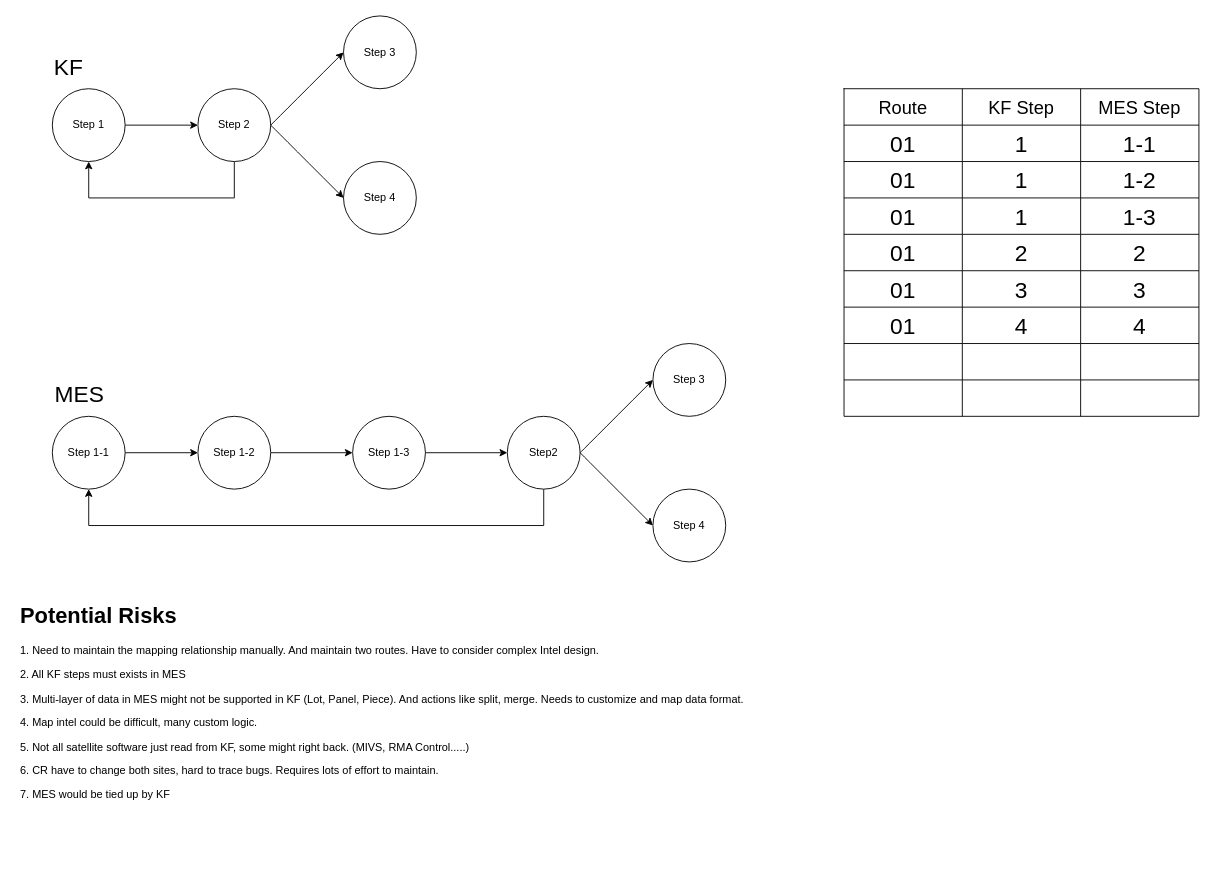
Above: page "KF to MES routing mapping" (2 of 4) of MES Mindmaps/MES分階段.drawio in vinceliao99/MyDiagrams (draw.io), before the change. Source tidied: cells renumbered, new cells numbered last; positions are measured from the earlier drawing's top-left corner, leaving out a move shared by most shapes. Both pictures are drawn from the tidied source at 91%, with x=0, y=0 at pixel (15, 15).
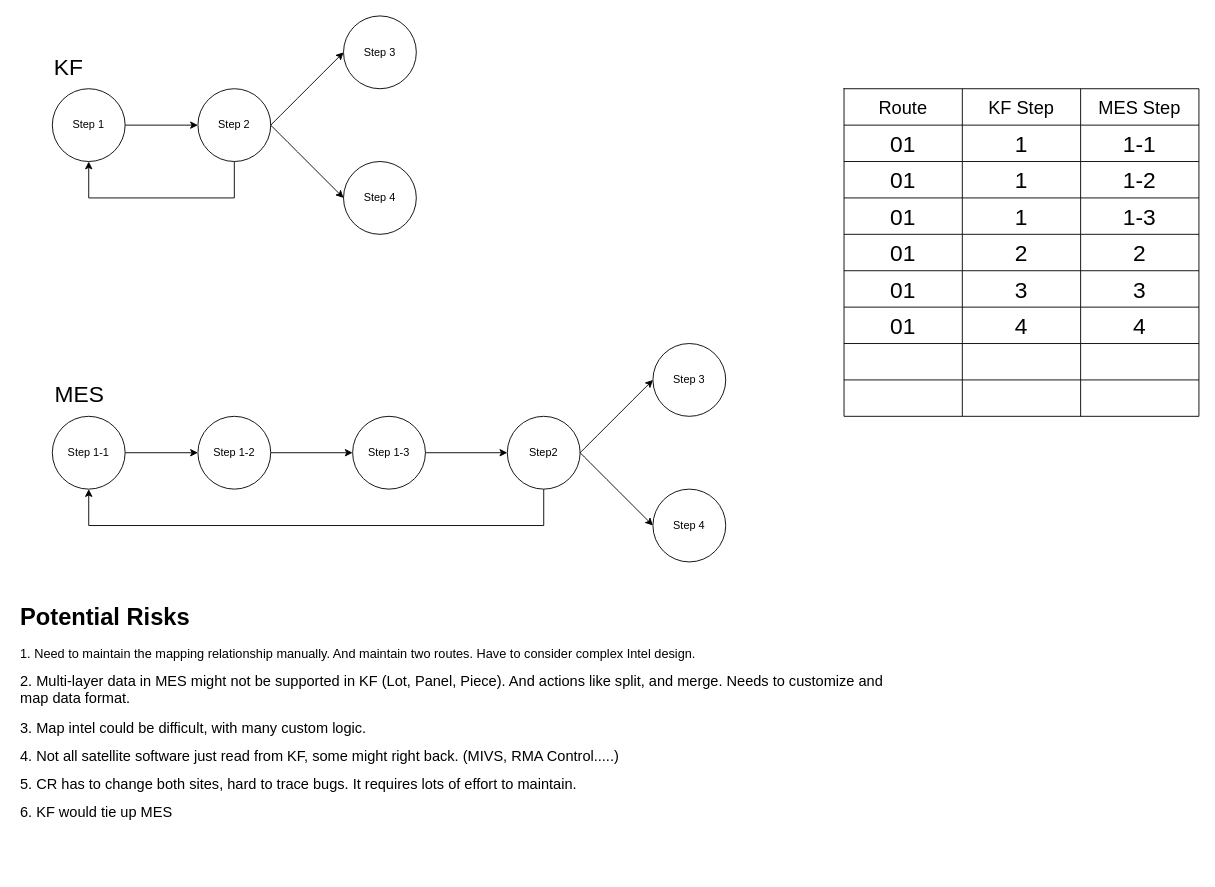
The same diagram, later.

Diff of the diagram source:
```diff
@@
-    <mxCell id="66" value="&lt;h1&gt;Potential Risks&lt;/h1&gt;&lt;p&gt;1. Need to maintain the mapping relationship manually. And maintain two routes. Have to consider complex Intel design.&lt;/p&gt;&lt;p&gt;2. All KF steps must exists&amp;nbsp;in MES&lt;/p&gt;&lt;p&gt;3. Multi-layer of data in MES might not be supported in KF (Lot, Panel, Piece). And actions like split, merge. Needs to customize and map data format.&amp;nbsp;&lt;/p&gt;&lt;p&gt;4. Map intel could be difficult, many custom logic.&lt;/p&gt;&lt;p&gt;5. Not all satellite software just read from KF, some might right back. (MIVS, RMA Control.....)&amp;nbsp;&lt;/p&gt;&lt;p&gt;6. CR have to change both sites, hard to trace bugs. Requires lots of effort to maintain.&lt;/p&gt;&lt;p&gt;7. MES would be tied up by KF&lt;/p&gt;&lt;p&gt;&lt;br&gt;&lt;/p&gt;" style="text;html=1;strokeColor=none;fillColor=none;spacing=5;spacingTop=-20;whiteSpace=wrap;overflow=hidden;rounded=0;" parent="1" vertex="1">
-      <mxGeometry y="640" width="960" height="240" as="geometry" />
+    <mxCell id="66" value="&lt;h1&gt;&lt;font style=&quot;font-size: 26px;&quot;&gt;Potential Risks&lt;/font&gt;&lt;/h1&gt;&lt;p&gt;&lt;font style=&quot;font-size: 14px;&quot;&gt;1. Need to maintain the mapping relationship manually. And maintain two routes. Have to consider complex Intel design.&lt;/font&gt;&lt;/p&gt;&lt;p&gt;&lt;font size=&quot;3&quot;&gt;2. Multi-layer data in MES might not be supported in KF (Lot, Panel, Piece). And actions like split, and merge. Needs to customize and map data format.&amp;nbsp;&lt;/font&gt;&lt;/p&gt;&lt;p&gt;&lt;font size=&quot;3&quot;&gt;3. Map intel could be difficult, with many custom logic.&lt;/font&gt;&lt;/p&gt;&lt;p&gt;&lt;font size=&quot;3&quot;&gt;4. Not all satellite software just read from KF, some might right back. (MIVS, RMA Control.....)&amp;nbsp;&lt;/font&gt;&lt;/p&gt;&lt;p&gt;&lt;font size=&quot;3&quot;&gt;5. CR has to change both sites, hard to trace bugs. It requires lots of effort to maintain.&lt;/font&gt;&lt;/p&gt;&lt;p&gt;&lt;font size=&quot;3&quot;&gt;6. KF would tie up MES&lt;/font&gt;&lt;/p&gt;&lt;p&gt;&lt;br&gt;&lt;/p&gt;" style="text;html=1;strokeColor=none;fillColor=none;spacing=5;spacingTop=-20;whiteSpace=wrap;overflow=hidden;rounded=0;" parent="1" vertex="1">
+      <mxGeometry y="640" width="990" height="280" as="geometry" />
     </mxCell>
```
